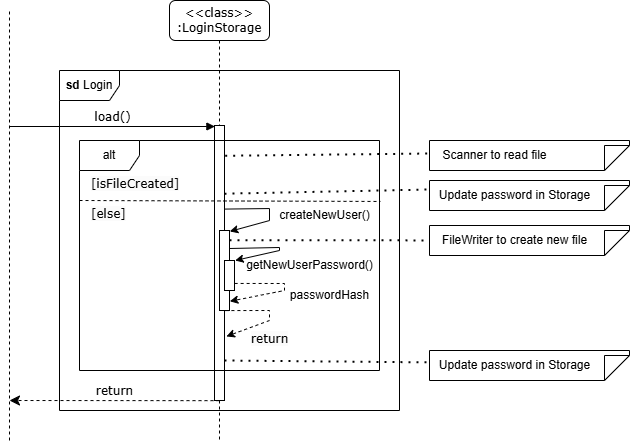
The draw.io diagram docs/Diagrams/Storage/loginStorageSD.png in wongwh2002/CS2113TeamProject, before a commit. Source tidied: cells renumbered, new cells last; positions are measured from the earlier drawing's top-left corner, leaving out a move shared by most shapes.
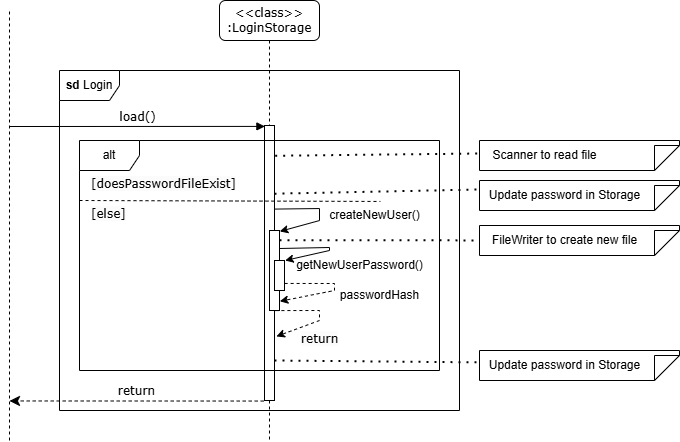
The same diagram one commit later.

Commit message:
Edit login SD and wording in DG

The edit, as a diff of the source:
```diff
@@ -10,38 +10,37 @@
     </mxCell>
     <mxCell id="4" value="load()" style="html=1;verticalAlign=bottom;endArrow=block;labelBackgroundColor=none;fontFamily=Verdana;fontSize=12;edgeStyle=elbowEdgeStyle;elbow=vertical;entryX=0.039;entryY=0.002;entryDx=0;entryDy=0;entryPerimeter=0;" parent="1" edge="1" target="3">
       <mxGeometry relative="1" as="geometry">
-        <mxPoint y="126" as="sourcePoint" />
+        <mxPoint x="-50" y="126" as="sourcePoint" />
       </mxGeometry>
     </mxCell>
     <mxCell id="5" value="&lt;b&gt;sd&lt;/b&gt; Login" style="shape=umlFrame;whiteSpace=wrap;html=1;" parent="1" vertex="1">
-      <mxGeometry x="50" y="70" width="340" height="340" as="geometry" />
+      <mxGeometry y="70" width="400" height="340" as="geometry" />
     </mxCell>
-    <mxCell id="6" value="return" style="html=1;verticalAlign=bottom;endArrow=classic;dashed=1;endSize=8;labelBackgroundColor=none;fontFamily=Verdana;fontSize=12;edgeStyle=elbowEdgeStyle;elbow=vertical;endFill=1;" parent="1" edge="1">
+    <mxCell id="6" value="return" style="html=1;verticalAlign=bottom;endArrow=classic;dashed=1;endSize=8;labelBackgroundColor=none;fontFamily=Verdana;fontSize=12;edgeStyle=elbowEdgeStyle;elbow=vertical;endFill=1;exitX=-0.078;exitY=1.002;exitDx=0;exitDy=0;exitPerimeter=0;" parent="1" edge="1" source="3">
       <mxGeometry relative="1" as="geometry">
-        <mxPoint x="210" y="400.2" as="sourcePoint" />
-        <mxPoint y="400" as="targetPoint" />
+        <mxPoint x="-50" y="400" as="targetPoint" />
       </mxGeometry>
     </mxCell>
     <mxCell id="7" value="alt" style="shape=umlFrame;whiteSpace=wrap;html=1;" parent="1" vertex="1">
-      <mxGeometry x="70" y="140" width="300" height="230" as="geometry" />
+      <mxGeometry x="20" y="140" width="360" height="230" as="geometry" />
     </mxCell>
-    <mxCell id="8" value="&lt;span style=&quot;color: rgb(0, 0, 0); font-family: Verdana; font-size: 12px; font-style: normal; font-variant-ligatures: normal; font-variant-caps: normal; font-weight: 400; letter-spacing: normal; orphans: 2; text-align: center; text-indent: 0px; text-transform: none; widows: 2; word-spacing: 0px; -webkit-text-stroke-width: 0px; background-color: rgb(251, 251, 251); text-decoration-thickness: initial; text-decoration-style: initial; text-decoration-color: initial; float: none; display: inline !important;&quot;&gt;[isFileCreated]&lt;/span&gt;" style="text;whiteSpace=wrap;html=1;" parent="1" vertex="1">
-      <mxGeometry x="80" y="170" width="70" height="40" as="geometry" />
+    <mxCell id="8" value="&lt;span style=&quot;color: rgb(0, 0, 0); font-family: Verdana; font-size: 12px; font-style: normal; font-variant-ligatures: normal; font-variant-caps: normal; font-weight: 400; letter-spacing: normal; orphans: 2; text-align: center; text-indent: 0px; text-transform: none; widows: 2; word-spacing: 0px; -webkit-text-stroke-width: 0px; background-color: rgb(251, 251, 251); text-decoration-thickness: initial; text-decoration-style: initial; text-decoration-color: initial; float: none; display: inline !important;&quot;&gt;[doesPasswordFileExist]&lt;/span&gt;" style="text;whiteSpace=wrap;html=1;" parent="1" vertex="1">
+      <mxGeometry x="30" y="170" width="70" height="40" as="geometry" />
     </mxCell>
     <mxCell id="9" style="endArrow=none;dashed=1;html=1;rounded=0;" parent="1" edge="1">
       <mxGeometry relative="1" as="geometry">
-        <mxPoint y="440" as="sourcePoint" />
-        <mxPoint y="10" as="targetPoint" />
+        <mxPoint x="-50" y="440" as="sourcePoint" />
+        <mxPoint x="-50" y="10" as="targetPoint" />
       </mxGeometry>
     </mxCell>
     <mxCell id="10" style="endArrow=none;dashed=1;html=1;rounded=0;entryX=1.001;entryY=0.499;entryDx=0;entryDy=0;entryPerimeter=0;exitX=-0.002;exitY=0.495;exitDx=0;exitDy=0;exitPerimeter=0;" parent="1" edge="1">
       <mxGeometry relative="1" as="geometry">
-        <mxPoint x="70" y="200" as="sourcePoint" />
-        <mxPoint x="370.9" y="201" as="targetPoint" />
+        <mxPoint x="20" y="200" as="sourcePoint" />
+        <mxPoint x="320.9" y="201" as="targetPoint" />
       </mxGeometry>
     </mxCell>
     <mxCell id="11" value="&lt;span style=&quot;color: rgb(0, 0, 0); font-family: Verdana; font-size: 12px; font-style: normal; font-variant-ligatures: normal; font-variant-caps: normal; font-weight: 400; letter-spacing: normal; orphans: 2; text-align: center; text-indent: 0px; text-transform: none; widows: 2; word-spacing: 0px; -webkit-text-stroke-width: 0px; background-color: rgb(251, 251, 251); text-decoration-thickness: initial; text-decoration-style: initial; text-decoration-color: initial; float: none; display: inline !important;&quot;&gt;[else]&lt;/span&gt;" style="text;whiteSpace=wrap;html=1;" parent="1" vertex="1">
-      <mxGeometry x="80" y="200" width="70" height="40" as="geometry" />
+      <mxGeometry x="30" y="200" width="70" height="40" as="geometry" />
     </mxCell>
     <mxCell id="12" style="html=1;points=[];perimeter=orthogonalPerimeter;rounded=0;shadow=0;comic=0;labelBackgroundColor=none;strokeWidth=1;fontFamily=Verdana;fontSize=12;align=center;" parent="1" vertex="1">
       <mxGeometry x="210" y="230" width="10" height="80" as="geometry" />
```
